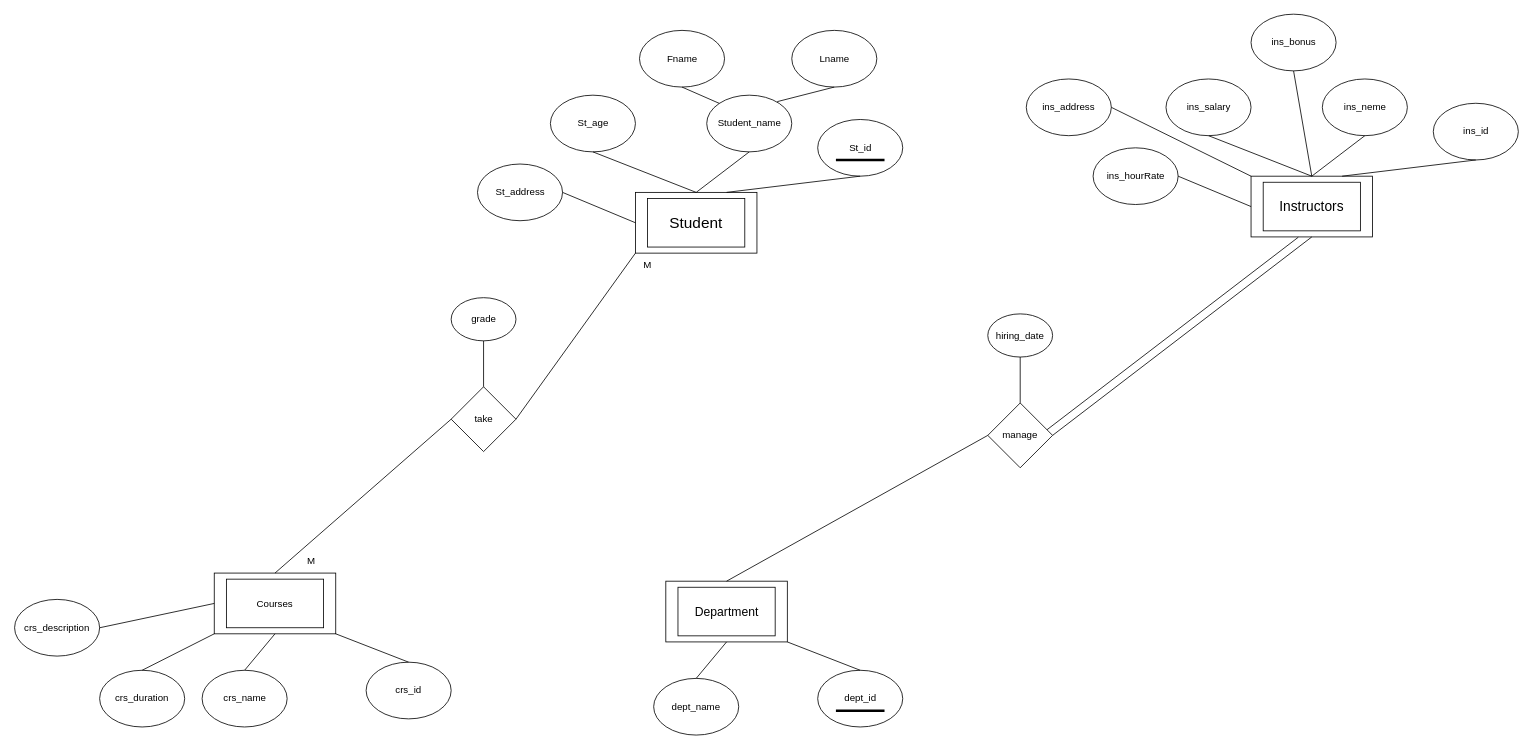
Above: Untitled Diagram.drawio in Mohannad-Elsayed/drawio (draw.io), before the change. Source tidied: cells renumbered, new cells numbered last; positions are measured from the earlier drawing's top-left corner, leaving out a move shared by most shapes. Both pictures are drawn from the tidied source at 81%, with x=0, y=0 at pixel (14, 14).
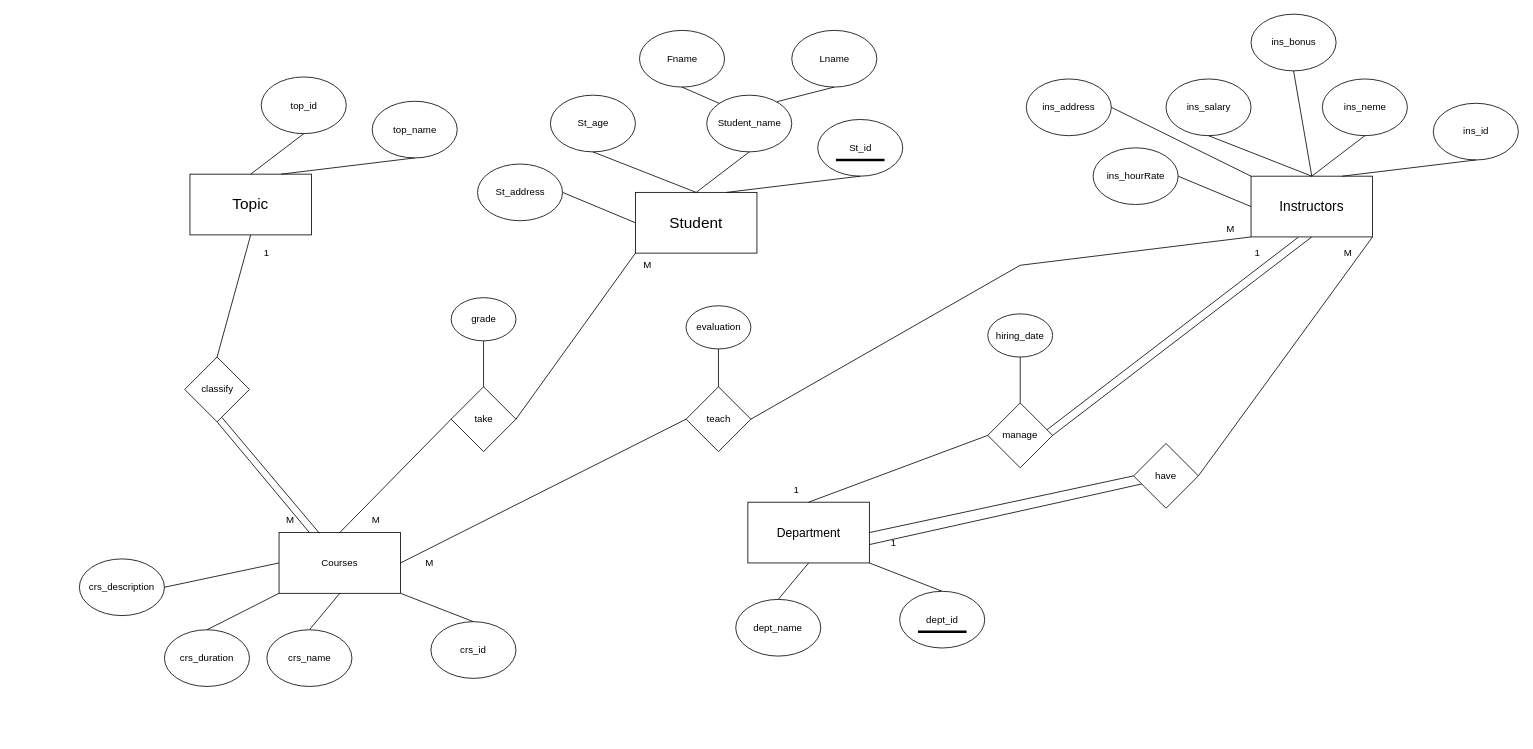
Above is the later version.

Diff of the diagram source:
```diff
@@
-    <mxCell id="2" style="rounded=0;whiteSpace=wrap;html=1;fillColor=none;" parent="1" vertex="1">
+    <mxCell id="2" style="rounded=0;whiteSpace=wrap;html=1;" parent="1" vertex="1">
       <mxGeometry x="782" y="227.5" width="120" height="60" as="geometry" />
     </mxCell>
-    <mxCell id="3" style="rounded=0;whiteSpace=wrap;html=1;fillColor=none;" parent="1" vertex="1">
+    <mxCell id="3" style="rounded=0;whiteSpace=wrap;html=1;" parent="1" vertex="1">
       <mxGeometry x="767" y="220" width="150" height="75" as="geometry" />
     </mxCell>
@@
-    <mxCell id="5" style="ellipse;whiteSpace=wrap;html=1;fillColor=none;" parent="1" vertex="1">
+    <mxCell id="5" style="ellipse;whiteSpace=wrap;html=1;" parent="1" vertex="1">
       <mxGeometry x="992" y="130" width="105" height="70" as="geometry" />
     </mxCell>
@@
-    <mxCell id="8" style="ellipse;whiteSpace=wrap;html=1;fillColor=none;" parent="1" vertex="1">
+    <mxCell id="8" style="ellipse;whiteSpace=wrap;html=1;" parent="1" vertex="1">
       <mxGeometry x="855" y="100" width="105" height="70" as="geometry" />
     </mxCell>
@@
-    <mxCell id="10" style="ellipse;whiteSpace=wrap;html=1;fillColor=none;" parent="1" vertex="1">
+    <mxCell id="10" style="ellipse;whiteSpace=wrap;html=1;" parent="1" vertex="1">
       <mxGeometry x="960" y="20" width="105" height="70" as="geometry" />
     </mxCell>
@@
-    <mxCell id="12" style="ellipse;whiteSpace=wrap;html=1;fillColor=none;" parent="1" vertex="1">
+    <mxCell id="12" style="ellipse;whiteSpace=wrap;html=1;" parent="1" vertex="1">
       <mxGeometry x="772" y="20" width="105" height="70" as="geometry" />
     </mxCell>
@@
-    <mxCell id="14" style="ellipse;whiteSpace=wrap;html=1;fillColor=none;" parent="1" vertex="1">
+    <mxCell id="14" style="ellipse;whiteSpace=wrap;html=1;" parent="1" vertex="1">
       <mxGeometry x="662" y="100" width="105" height="70" as="geometry" />
     </mxCell>
@@
-    <mxCell id="16" style="ellipse;whiteSpace=wrap;html=1;fillColor=none;" parent="1" vertex="1">
+    <mxCell id="16" style="ellipse;whiteSpace=wrap;html=1;" parent="1" vertex="1">
       <mxGeometry x="572" y="185" width="105" height="70" as="geometry" />
     </mxCell>
@@
-    <mxCell id="24" style="rounded=0;whiteSpace=wrap;html=1;fillColor=none;" parent="1" vertex="1">
-      <mxGeometry x="819.5" y="707.5" width="120" height="60" as="geometry" />
+    <mxCell id="24" style="rounded=0;whiteSpace=wrap;html=1;" parent="1" vertex="1">
+      <mxGeometry x="920.8" y="610" width="120" height="60" as="geometry" />
     </mxCell>
-    <mxCell id="25" style="rounded=0;whiteSpace=wrap;html=1;fillColor=none;" parent="1" vertex="1">
-      <mxGeometry x="804.5" y="700" width="150" height="75" as="geometry" />
+    <mxCell id="25" style="rounded=0;whiteSpace=wrap;html=1;" parent="1" vertex="1">
+      <mxGeometry x="905.8" y="602.5" width="150" height="75" as="geometry" />
     </mxCell>
     <mxCell id="26" value="&lt;font style=&quot;font-size: 15px;&quot;&gt;Department&lt;/font&gt;" style="text;html=1;align=center;verticalAlign=middle;whiteSpace=wrap;rounded=0;strokeWidth=4;" parent="1" vertex="1">
-      <mxGeometry x="849.5" y="722.5" width="60" height="30" as="geometry" />
+      <mxGeometry x="950.8" y="625" width="60" height="30" as="geometry" />
     </mxCell>
@@
-    <mxCell id="29" style="ellipse;whiteSpace=wrap;html=1;fillColor=none;" parent="1" vertex="1">
-      <mxGeometry x="992" y="810" width="105" height="70" as="geometry" />
+    <mxCell id="29" style="ellipse;whiteSpace=wrap;html=1;" parent="1" vertex="1">
+      <mxGeometry x="1093.2" y="712.5" width="105" height="70" as="geometry" />
     </mxCell>
     <mxCell id="30" value="dept_id" style="text;html=1;align=center;verticalAlign=middle;whiteSpace=wrap;rounded=0;strokeWidth=4;" parent="1" vertex="1">
-      <mxGeometry x="1014.5" y="830" width="60" height="30" as="geometry" />
+      <mxGeometry x="1115.8" y="732.5" width="60" height="30" as="geometry" />
     </mxCell>
@@
-    <mxCell id="32" style="ellipse;whiteSpace=wrap;html=1;fillColor=none;" parent="1" vertex="1">
-      <mxGeometry x="789.5" y="820" width="105" height="70" as="geometry" />
+    <mxCell id="32" style="ellipse;whiteSpace=wrap;html=1;" parent="1" vertex="1">
+      <mxGeometry x="890.8" y="722.5" width="105" height="70" as="geometry" />
     </mxCell>
     <mxCell id="33" value="dept_name" style="text;html=1;align=center;verticalAlign=middle;whiteSpace=wrap;rounded=0;strokeWidth=4;" parent="1" vertex="1">
-      <mxGeometry x="812" y="840" width="60" height="30" as="geometry" />
+      <mxGeometry x="913.2" y="742.5" width="60" height="30" as="geometry" />
     </mxCell>
-    <mxCell id="34" style="rounded=0;whiteSpace=wrap;html=1;fillColor=none;" parent="1" vertex="1">
-      <mxGeometry x="262" y="697.5" width="120" height="60" as="geometry" />
+    <mxCell id="34" style="rounded=0;whiteSpace=wrap;html=1;" parent="1" vertex="1">
+      <mxGeometry x="342" y="647.5" width="120" height="60" as="geometry" />
     </mxCell>
-    <mxCell id="35" style="rounded=0;whiteSpace=wrap;html=1;fillColor=none;" parent="1" vertex="1">
-      <mxGeometry x="247" y="690" width="150" height="75" as="geometry" />
+    <mxCell id="35" style="rounded=0;whiteSpace=wrap;html=1;" parent="1" vertex="1">
+      <mxGeometry x="327" y="640" width="150" height="75" as="geometry" />
     </mxCell>
     <mxCell id="36" value="Courses" style="text;html=1;align=center;verticalAlign=middle;whiteSpace=wrap;rounded=0;strokeWidth=4;" parent="1" vertex="1">
-      <mxGeometry x="292" y="712.5" width="60" height="30" as="geometry" />
+      <mxGeometry x="372" y="662.5" width="60" height="30" as="geometry" />
     </mxCell>
@@
-    <mxCell id="39" style="ellipse;whiteSpace=wrap;html=1;fillColor=none;" parent="1" vertex="1">
-      <mxGeometry x="434.5" y="800" width="105" height="70" as="geometry" />
+    <mxCell id="39" style="ellipse;whiteSpace=wrap;html=1;" parent="1" vertex="1">
+      <mxGeometry x="514.5" y="750" width="105" height="70" as="geometry" />
     </mxCell>
     <mxCell id="40" value="crs_id" style="text;html=1;align=center;verticalAlign=middle;whiteSpace=wrap;rounded=0;strokeWidth=4;" parent="1" vertex="1">
-      <mxGeometry x="457" y="820" width="60" height="30" as="geometry" />
+      <mxGeometry x="537" y="770" width="60" height="30" as="geometry" />
     </mxCell>
-    <mxCell id="41" style="ellipse;whiteSpace=wrap;html=1;fillColor=none;" parent="1" vertex="1">
-      <mxGeometry x="232" y="810" width="105" height="70" as="geometry" />
+    <mxCell id="41" style="ellipse;whiteSpace=wrap;html=1;" parent="1" vertex="1">
+      <mxGeometry x="312" y="760" width="105" height="70" as="geometry" />
     </mxCell>
     <mxCell id="42" value="crs_name" style="text;html=1;align=center;verticalAlign=middle;whiteSpace=wrap;rounded=0;strokeWidth=4;" parent="1" vertex="1">
-      <mxGeometry x="254.5" y="830" width="60" height="30" as="geometry" />
+      <mxGeometry x="334.5" y="780" width="60" height="30" as="geometry" />
     </mxCell>
-    <mxCell id="43" style="ellipse;whiteSpace=wrap;html=1;fillColor=none;" parent="1" vertex="1">
-      <mxGeometry x="105.5" y="810" width="105" height="70" as="geometry" />
+    <mxCell id="43" style="ellipse;whiteSpace=wrap;html=1;" parent="1" vertex="1">
+      <mxGeometry x="185.5" y="760" width="105" height="70" as="geometry" />
     </mxCell>
     <mxCell id="44" value="crs_duration" style="text;html=1;align=center;verticalAlign=middle;whiteSpace=wrap;rounded=0;strokeWidth=4;" parent="1" vertex="1">
-      <mxGeometry x="128" y="830" width="60" height="30" as="geometry" />
+      <mxGeometry x="208" y="780" width="60" height="30" as="geometry" />
     </mxCell>
-    <mxCell id="45" style="ellipse;whiteSpace=wrap;html=1;fillColor=none;" parent="1" vertex="1">
-      <mxGeometry x="0.5" y="722.5" width="105" height="70" as="geometry" />
+    <mxCell id="45" style="ellipse;whiteSpace=wrap;html=1;" parent="1" vertex="1">
+      <mxGeometry x="80.5" y="672.5" width="105" height="70" as="geometry" />
     </mxCell>
     <mxCell id="46" value="crs_description" style="text;html=1;align=center;verticalAlign=middle;whiteSpace=wrap;rounded=0;strokeWidth=4;" parent="1" vertex="1">
-      <mxGeometry x="23" y="742.5" width="60" height="30" as="geometry" />
+      <mxGeometry x="103" y="692.5" width="60" height="30" as="geometry" />
     </mxCell>
@@
-    <mxCell id="49" value="take" style="rhombus;whiteSpace=wrap;html=1;fillColor=none;" parent="1" vertex="1">
+    <mxCell id="49" value="take" style="rhombus;whiteSpace=wrap;html=1;" parent="1" vertex="1">
       <mxGeometry x="539.5" y="460" width="80" height="80" as="geometry" />
     </mxCell>
@@
     <mxCell id="52" value="M" style="text;html=1;align=center;verticalAlign=middle;whiteSpace=wrap;rounded=0;" parent="1" vertex="1">
-      <mxGeometry x="337" y="660" width="60" height="30" as="geometry" />
+      <mxGeometry x="417" y="610" width="60" height="30" as="geometry" />
     </mxCell>
@@
-    <mxCell id="55" value="grade" style="ellipse;whiteSpace=wrap;html=1;fillColor=none;" parent="1" vertex="1">
+    <mxCell id="55" value="grade" style="ellipse;whiteSpace=wrap;html=1;" parent="1" vertex="1">
       <mxGeometry x="539.5" y="350" width="80" height="53.3" as="geometry" />
     </mxCell>
-    <mxCell id="56" style="rounded=0;whiteSpace=wrap;html=1;fillColor=none;" parent="1" vertex="1">
+    <mxCell id="56" style="rounded=0;whiteSpace=wrap;html=1;" parent="1" vertex="1">
       <mxGeometry x="1542" y="207.5" width="120" height="60" as="geometry" />
     </mxCell>
-    <mxCell id="57" style="rounded=0;whiteSpace=wrap;html=1;fillColor=none;" parent="1" vertex="1">
+    <mxCell id="57" style="rounded=0;whiteSpace=wrap;html=1;" parent="1" vertex="1">
       <mxGeometry x="1527" y="200" width="150" height="75" as="geometry" />
     </mxCell>
@@
-    <mxCell id="59" style="ellipse;whiteSpace=wrap;html=1;fillColor=none;" parent="1" vertex="1">
+    <mxCell id="59" style="ellipse;whiteSpace=wrap;html=1;" parent="1" vertex="1">
       <mxGeometry x="1752" y="110" width="105" height="70" as="geometry" />
     </mxCell>
@@
-    <mxCell id="61" style="ellipse;whiteSpace=wrap;html=1;fillColor=none;" parent="1" vertex="1">
+    <mxCell id="61" style="ellipse;whiteSpace=wrap;html=1;" parent="1" vertex="1">
       <mxGeometry x="1615" y="80" width="105" height="70" as="geometry" />
     </mxCell>
@@
-    <mxCell id="63" style="ellipse;whiteSpace=wrap;html=1;fillColor=none;" parent="1" vertex="1">
+    <mxCell id="63" style="ellipse;whiteSpace=wrap;html=1;" parent="1" vertex="1">
       <mxGeometry x="1422" y="80" width="105" height="70" as="geometry" />
     </mxCell>
@@
-    <mxCell id="65" style="ellipse;whiteSpace=wrap;html=1;fillColor=none;" parent="1" vertex="1">
+    <mxCell id="65" style="ellipse;whiteSpace=wrap;html=1;" parent="1" vertex="1">
       <mxGeometry x="1332" y="165" width="105" height="70" as="geometry" />
     </mxCell>
@@
-    <mxCell id="71" style="ellipse;whiteSpace=wrap;html=1;fillColor=none;" parent="1" vertex="1">
+    <mxCell id="71" style="ellipse;whiteSpace=wrap;html=1;" parent="1" vertex="1">
       <mxGeometry x="1527" width="105" height="70" as="geometry" />
     </mxCell>
@@
-    <mxCell id="73" style="ellipse;whiteSpace=wrap;html=1;fillColor=none;" parent="1" vertex="1">
+    <mxCell id="73" style="ellipse;whiteSpace=wrap;html=1;" parent="1" vertex="1">
       <mxGeometry x="1249.5" y="80" width="105" height="70" as="geometry" />
     </mxCell>
@@
-    <mxCell id="77" value="manage" style="rhombus;whiteSpace=wrap;html=1;fontColor=default;" parent="1" vertex="1">
+    <mxCell id="77" value="manage" style="rhombus;whiteSpace=wrap;html=1;" parent="1" vertex="1">
       <mxGeometry x="1202" y="480" width="80" height="80" as="geometry" />
     </mxCell>
@@
-    <mxCell id="81" value="hiring_date" style="ellipse;whiteSpace=wrap;html=1;fillColor=none;" parent="1" vertex="1">
+    <mxCell id="81" value="hiring_date" style="ellipse;whiteSpace=wrap;html=1;" parent="1" vertex="1">
       <mxGeometry x="1202" y="370" width="80" height="53.3" as="geometry" />
     </mxCell>
@@
+    <mxCell id="83" value="teach" style="rhombus;whiteSpace=wrap;html=1;" parent="1" vertex="1">
+      <mxGeometry x="829.5" y="460" width="80" height="80" as="geometry" />
+    </mxCell>
+    <mxCell id="84" style="endArrow=none;html=1;rounded=0;entryX=0;entryY=0.5;entryDx=0;entryDy=0;exitX=1;exitY=0.5;exitDx=0;exitDy=0;" parent="1" edge="1" source="35" target="83">
+      <mxGeometry relative="1" as="geometry" />
+    </mxCell>
+    <mxCell id="85" style="endArrow=none;html=1;rounded=0;entryX=0;entryY=1;entryDx=0;entryDy=0;exitX=1;exitY=0.5;exitDx=0;exitDy=0;" parent="1" edge="1" source="83" target="57">
+      <mxGeometry relative="1" as="geometry">
+        <Array as="points">
+          <mxPoint x="1242" y="310" />
+        </Array>
+      </mxGeometry>
+    </mxCell>
+    <mxCell id="86" value="evaluation" style="ellipse;whiteSpace=wrap;html=1;" parent="1" vertex="1">
+      <mxGeometry x="829.5" y="360" width="80" height="53.3" as="geometry" />
+    </mxCell>
+    <mxCell id="87" style="endArrow=none;html=1;rounded=0;entryX=0.5;entryY=1;entryDx=0;entryDy=0;exitX=0.5;exitY=0;exitDx=0;exitDy=0;" parent="1" edge="1" source="83" target="86">
+      <mxGeometry relative="1" as="geometry" />
+    </mxCell>
+    <mxCell id="88" style="rounded=0;whiteSpace=wrap;html=1;" parent="1" vertex="1">
+      <mxGeometry x="232" y="205" width="120" height="60" as="geometry" />
+    </mxCell>
+    <mxCell id="89" style="rounded=0;whiteSpace=wrap;html=1;" parent="1" vertex="1">
+      <mxGeometry x="217" y="197.5" width="150" height="75" as="geometry" />
+    </mxCell>
+    <mxCell id="90" value="&lt;font style=&quot;font-size: 19px;&quot;&gt;Topic&lt;/font&gt;" style="text;html=1;align=center;verticalAlign=middle;whiteSpace=wrap;rounded=0;strokeWidth=4;" parent="1" vertex="1">
+      <mxGeometry x="262" y="220" width="60" height="30" as="geometry" />
+    </mxCell>
+    <mxCell id="91" style="ellipse;whiteSpace=wrap;html=1;" parent="1" vertex="1">
+      <mxGeometry x="442" y="107.5" width="105" height="70" as="geometry" />
+    </mxCell>
+    <mxCell id="92" value="top_name" style="text;html=1;align=center;verticalAlign=middle;whiteSpace=wrap;rounded=0;strokeWidth=4;" parent="1" vertex="1">
+      <mxGeometry x="464.5" y="127.5" width="60" height="30" as="geometry" />
+    </mxCell>
+    <mxCell id="93" style="ellipse;whiteSpace=wrap;html=1;" parent="1" vertex="1">
+      <mxGeometry x="305" y="77.5" width="105" height="70" as="geometry" />
+    </mxCell>
+    <mxCell id="94" value="top_id" style="text;html=1;align=center;verticalAlign=middle;whiteSpace=wrap;rounded=0;strokeWidth=4;" parent="1" vertex="1">
+      <mxGeometry x="327.5" y="97.5" width="60" height="30" as="geometry" />
+    </mxCell>
+    <mxCell id="95" style="endArrow=none;html=1;rounded=0;entryX=0.5;entryY=1;entryDx=0;entryDy=0;exitX=0.75;exitY=0;exitDx=0;exitDy=0;" parent="1" edge="1" source="89" target="91">
+      <mxGeometry relative="1" as="geometry" />
+    </mxCell>
+    <mxCell id="96" style="endArrow=none;html=1;rounded=0;entryX=0.5;entryY=1;entryDx=0;entryDy=0;exitX=0.5;exitY=0;exitDx=0;exitDy=0;" parent="1" edge="1" source="89" target="93">
+      <mxGeometry relative="1" as="geometry" />
+    </mxCell>
+    <mxCell id="97" value="M" style="text;html=1;align=center;verticalAlign=middle;whiteSpace=wrap;rounded=0;" parent="1" vertex="1">
+      <mxGeometry x="1472" y="250" width="60" height="30" as="geometry" />
+    </mxCell>
+    <mxCell id="98" value="M" style="text;html=1;align=center;verticalAlign=middle;whiteSpace=wrap;rounded=0;" parent="1" vertex="1">
+      <mxGeometry x="482.5" y="662.5" width="60" height="30" as="geometry" />
+    </mxCell>
+    <mxCell id="99" value="1" style="text;html=1;align=center;verticalAlign=middle;whiteSpace=wrap;rounded=0;" parent="1" vertex="1">
+      <mxGeometry x="1504.5" y="280" width="60" height="30" as="geometry" />
+    </mxCell>
+    <mxCell id="100" value="1" style="text;html=1;align=center;verticalAlign=middle;whiteSpace=wrap;rounded=0;" parent="1" vertex="1">
+      <mxGeometry x="935.8" y="572.5" width="60" height="30" as="geometry" />
+    </mxCell>
+    <mxCell id="101" value="classify" style="rhombus;whiteSpace=wrap;html=1;" parent="1" vertex="1">
+      <mxGeometry x="210.5" y="423.3" width="80" height="80" as="geometry" />
+    </mxCell>
+    <mxCell id="102" style="endArrow=none;html=1;rounded=0;exitX=0.25;exitY=0;exitDx=0;exitDy=0;entryX=0.5;entryY=1;entryDx=0;entryDy=0;" parent="1" edge="1" source="35" target="101">
+      <mxGeometry relative="1" as="geometry" />
+    </mxCell>
+    <mxCell id="103" style="endArrow=none;html=1;rounded=0;exitX=0.5;exitY=0;exitDx=0;exitDy=0;entryX=0.5;entryY=1;entryDx=0;entryDy=0;" parent="1" edge="1" source="101" target="89">
+      <mxGeometry relative="1" as="geometry" />
+    </mxCell>
+    <mxCell id="104" value="1" style="text;html=1;align=center;verticalAlign=middle;whiteSpace=wrap;rounded=0;" parent="1" vertex="1">
+      <mxGeometry x="282" y="280" width="60" height="30" as="geometry" />
+    </mxCell>
+    <mxCell id="105" value="M" style="text;html=1;align=center;verticalAlign=middle;whiteSpace=wrap;rounded=0;" parent="1" vertex="1">
+      <mxGeometry x="310.5" y="610" width="60" height="30" as="geometry" />
+    </mxCell>
+    <mxCell id="106" value="have" style="rhombus;whiteSpace=wrap;html=1;" parent="1" vertex="1">
+      <mxGeometry x="1382" y="530" width="80" height="80" as="geometry" />
+    </mxCell>
+    <mxCell id="107" style="endArrow=none;html=1;rounded=0;entryX=0;entryY=0.5;entryDx=0;entryDy=0;exitX=1;exitY=0.5;exitDx=0;exitDy=0;" parent="1" edge="1" source="25" target="106">
+      <mxGeometry relative="1" as="geometry" />
+    </mxCell>
+    <mxCell id="108" value="1" style="text;html=1;align=center;verticalAlign=middle;whiteSpace=wrap;rounded=0;" parent="1" vertex="1">
+      <mxGeometry x="1055.8" y="637.5" width="60" height="30" as="geometry" />
+    </mxCell>
+    <mxCell id="109" style="endArrow=none;html=1;rounded=0;entryX=1;entryY=1;entryDx=0;entryDy=0;exitX=1;exitY=0.5;exitDx=0;exitDy=0;" parent="1" edge="1" source="106" target="57">
+      <mxGeometry relative="1" as="geometry" />
+    </mxCell>
+    <mxCell id="110" value="M" style="text;html=1;align=center;verticalAlign=middle;whiteSpace=wrap;rounded=0;" parent="1" vertex="1">
+      <mxGeometry x="1617" y="280" width="60" height="30" as="geometry" />
+    </mxCell>
+    <mxCell id="111" style="endArrow=none;html=1;rounded=0;entryX=0;entryY=0.5;entryDx=0;entryDy=0;exitX=-0.001;exitY=0.578;exitDx=0;exitDy=0;exitPerimeter=0;" parent="1" edge="1" source="108">
+      <mxGeometry relative="1" as="geometry">
+        <mxPoint x="1392" y="580" as="targetPoint" />
+      </mxGeometry>
+    </mxCell>
+    <mxCell id="112" style="endArrow=none;html=1;rounded=0;exitX=0.333;exitY=0.012;exitDx=0;exitDy=0;entryX=0.574;entryY=0.932;entryDx=0;entryDy=0;entryPerimeter=0;exitPerimeter=0;" parent="1" edge="1" source="35" target="101">
+      <mxGeometry relative="1" as="geometry" />
+    </mxCell>
```
